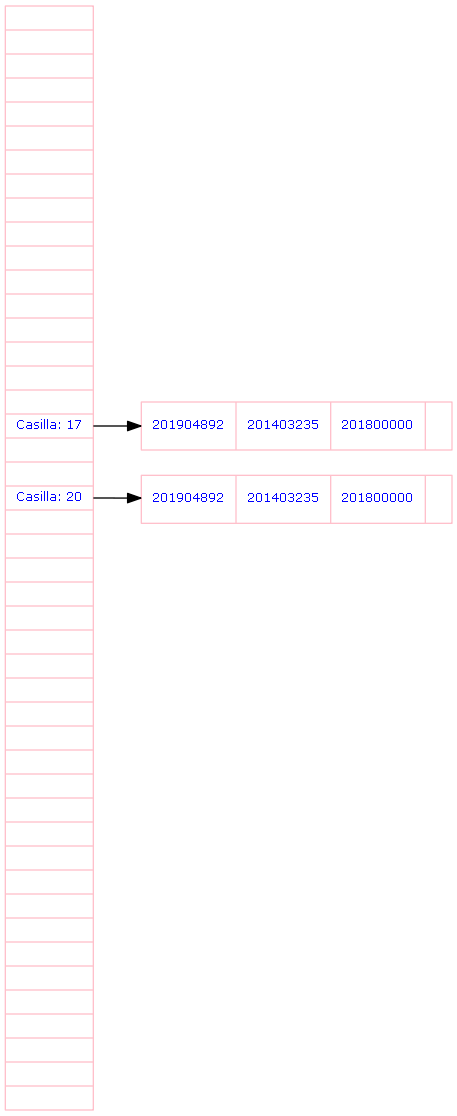
This is Proyecto2/TablaDispersa.png from AdriGomez95/EDD_1S2020_PY2_201504236, a Graphviz export, as it was before one commit. Its source is kept beside it as Proyecto2/TablaDispersa.dot.
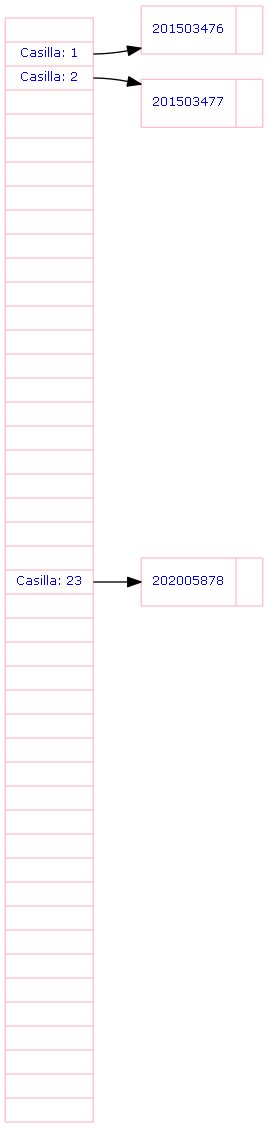
Later version of the same file.

The edit, as a diff of the source:
```diff
@@ -1,10 +1,12 @@
 digraph G{
  node[shape=record fontsize=9 fontcolor=blue color= pink fontname = Verdana];
  rankdir=LR;
-nodeR[label="<p0>|<p1>|<p2>|<p3>|<p4>|<p5>|<p6>|<p7>|<p8>|<p9>|<p10>|<p11>|<p12>|<p13>|<p14>|<p15>|<p16>|<p17>Casilla: 17|<p18>|<p19>|<p20>Casilla: 20|<p21>|<p22>|<p23>|<p24>|<p25>|<p26>|<p27>|<p28>|<p29>|<p30>|<p31>|<p32>|<p33>|<p34>|<p35>|<p36>|<p37>|<p38>|<p39>|<p40>|<p41>|<p42>|<p43>|<p44>|"];
-node17[label="{<p0>201904892|<p1>201403235|<p2>201800000|}"];
-nodeR:p17->node17;
-node20[label="{<p0>201904892|<p1>201403235|<p2>201800000|}"];
-nodeR:p20->node20;
+nodeR[label="<p0>|<p1>Casilla: 1|<p2>Casilla: 2|<p3>|<p4>|<p5>|<p6>|<p7>|<p8>|<p9>|<p10>|<p11>|<p12>|<p13>|<p14>|<p15>|<p16>|<p17>|<p18>|<p19>|<p20>|<p21>|<p22>|<p23>Casilla: 23|<p24>|<p25>|<p26>|<p27>|<p28>|<p29>|<p30>|<p31>|<p32>|<p33>|<p34>|<p35>|<p36>|<p37>|<p38>|<p39>|<p40>|<p41>|<p42>|<p43>|<p44>|"];
+node1[label="{<p0>201503476|}"];
+nodeR:p1->node1;
+node2[label="{<p0>201503477|}"];
+nodeR:p2->node2;
+node23[label="{<p0>202005878|}"];
+nodeR:p23->node23;
 
 }
```
